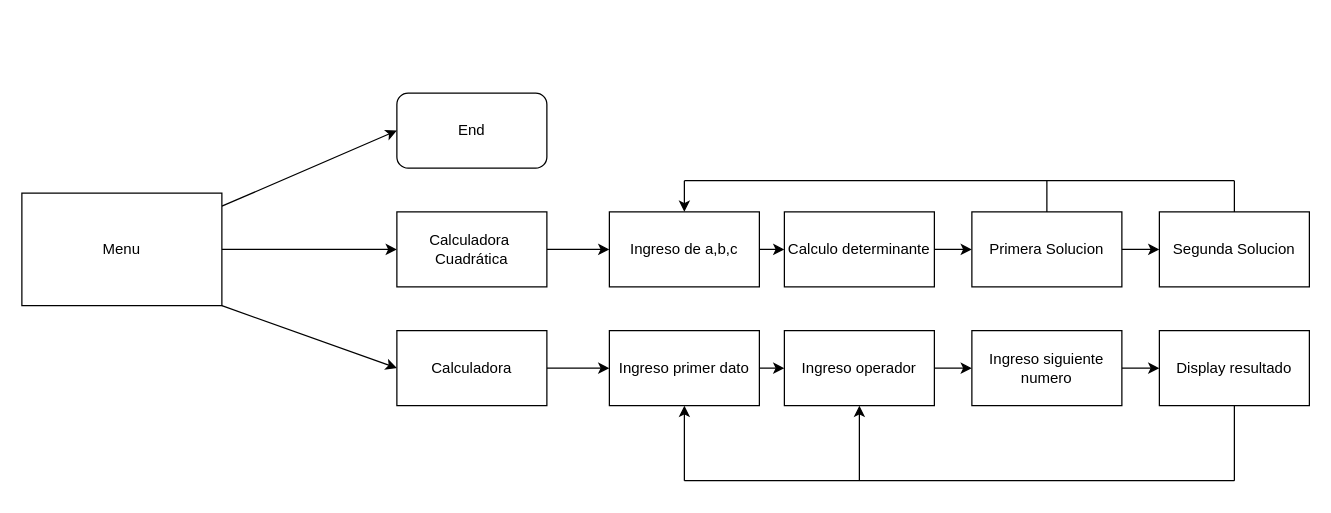
This is graphs/Prot.drawio from Alejololer/Proyecto, a draw.io file, before an edit. Source tidied: cells renumbered, new cells numbered last; positions are measured from the earlier drawing's top-left corner, leaving out a move shared by most shapes. Both pictures are drawn from the tidied source at 125%, with x=0, y=0 at pixel (21, 92).
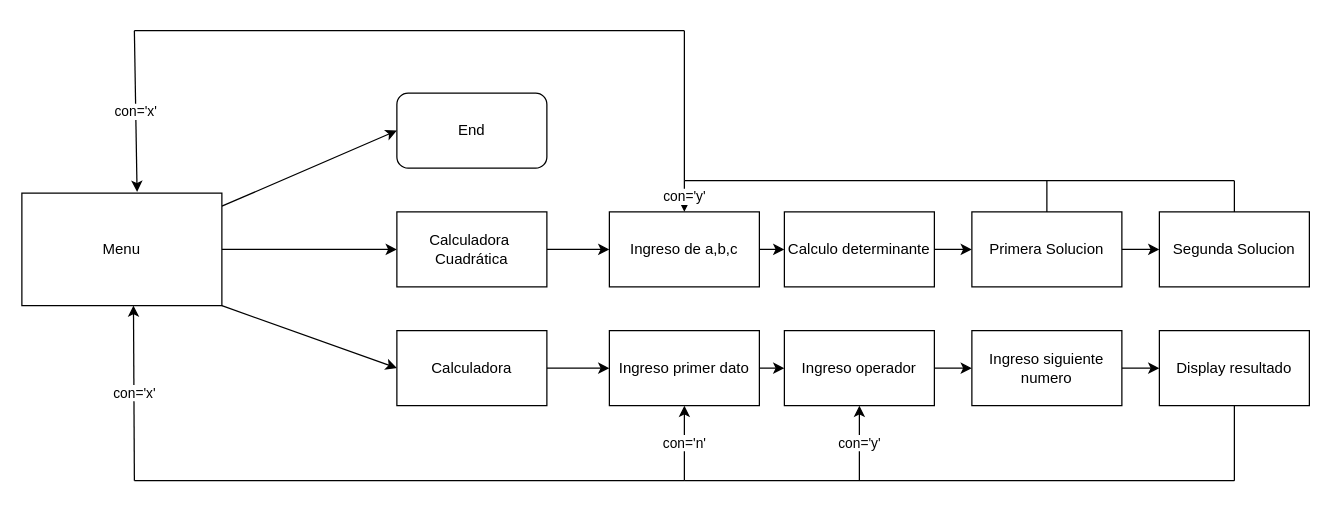
The same diagram, later.

Unchanged cells that the change refers to:
```xml
<mxCell id="5" value="Menu" style="rounded=0;whiteSpace=wrap;html=1;" parent="1" vertex="1">
  <mxGeometry y="80" width="160" height="90" as="geometry" />
</mxCell>
<mxCell id="12" value="Ingreso de a,b,c" style="whiteSpace=wrap;html=1;rounded=0;" parent="1" vertex="1">
  <mxGeometry x="470" y="95" width="120" height="60" as="geometry" />
</mxCell>
<mxCell id="19" value="Ingreso primer dato" style="whiteSpace=wrap;html=1;rounded=0;" parent="1" vertex="1">
  <mxGeometry x="470" y="190" width="120" height="60" as="geometry" />
</mxCell>
<mxCell id="21" value="Ingreso operador" style="whiteSpace=wrap;html=1;rounded=0;" parent="1" vertex="1">
  <mxGeometry x="610" y="190" width="120" height="60" as="geometry" />
</mxCell>
```

Change to the diagram source:
```diff
@@
-    <mxCell id="27" style="endArrow=classic;html=1;entryX=0.5;entryY=1;entryDx=0;entryDy=0;" parent="1" edge="1" target="19">
+    <mxCell id="27" value="con='n'" style="endArrow=classic;html=1;entryX=0.5;entryY=1;entryDx=0;entryDy=0;" parent="1" edge="1" target="19">
       <mxGeometry relative="1" as="geometry">
         <mxPoint x="530" y="310" as="sourcePoint" />
       </mxGeometry>
     </mxCell>
-    <mxCell id="28" style="endArrow=classic;html=1;entryX=0.5;entryY=1;entryDx=0;entryDy=0;" parent="1" edge="1" target="21">
+    <mxCell id="28" value="con='y'" style="endArrow=classic;html=1;entryX=0.5;entryY=1;entryDx=0;entryDy=0;" parent="1" edge="1" target="21">
       <mxGeometry relative="1" as="geometry">
         <mxPoint x="670" y="310" as="sourcePoint" />
       </mxGeometry>
     </mxCell>
@@
-    <mxCell id="32" style="endArrow=classic;html=1;entryX=0.5;entryY=0;entryDx=0;entryDy=0;" parent="1" edge="1" target="12">
+    <mxCell id="32" value="con='y'" style="endArrow=classic;html=1;entryX=0.5;entryY=0;entryDx=0;entryDy=0;" parent="1" edge="1" target="12">
       <mxGeometry relative="1" as="geometry">
         <mxPoint x="530" y="70" as="sourcePoint" />
       </mxGeometry>
     </mxCell>
+    <mxCell id="33" style="endArrow=none;html=1;" parent="1" edge="1">
+      <mxGeometry relative="1" as="geometry">
+        <mxPoint x="530" y="70" as="sourcePoint" />
+        <mxPoint x="530" y="-50" as="targetPoint" />
+      </mxGeometry>
+    </mxCell>
+    <mxCell id="34" style="endArrow=none;html=1;" parent="1" edge="1">
+      <mxGeometry relative="1" as="geometry">
+        <mxPoint x="530" y="-50" as="sourcePoint" />
+        <mxPoint x="90" y="-50" as="targetPoint" />
+      </mxGeometry>
+    </mxCell>
+    <mxCell id="35" style="endArrow=none;html=1;" parent="1" edge="1">
+      <mxGeometry relative="1" as="geometry">
+        <mxPoint x="530" y="310" as="sourcePoint" />
+        <mxPoint x="90" y="310" as="targetPoint" />
+      </mxGeometry>
+    </mxCell>
+    <mxCell id="36" value="con='x'" style="endArrow=classic;html=1;entryX=0.558;entryY=0.999;entryDx=0;entryDy=0;entryPerimeter=0;" parent="1" edge="1" target="5">
+      <mxGeometry relative="1" as="geometry">
+        <mxPoint x="90" y="310" as="sourcePoint" />
+      </mxGeometry>
+    </mxCell>
+    <mxCell id="37" value="con='x'" style="endArrow=classic;html=1;entryX=0.576;entryY=-0.011;entryDx=0;entryDy=0;entryPerimeter=0;" parent="1" edge="1" target="5">
+      <mxGeometry relative="1" as="geometry">
+        <mxPoint x="90" y="-50" as="sourcePoint" />
+      </mxGeometry>
+    </mxCell>
```
